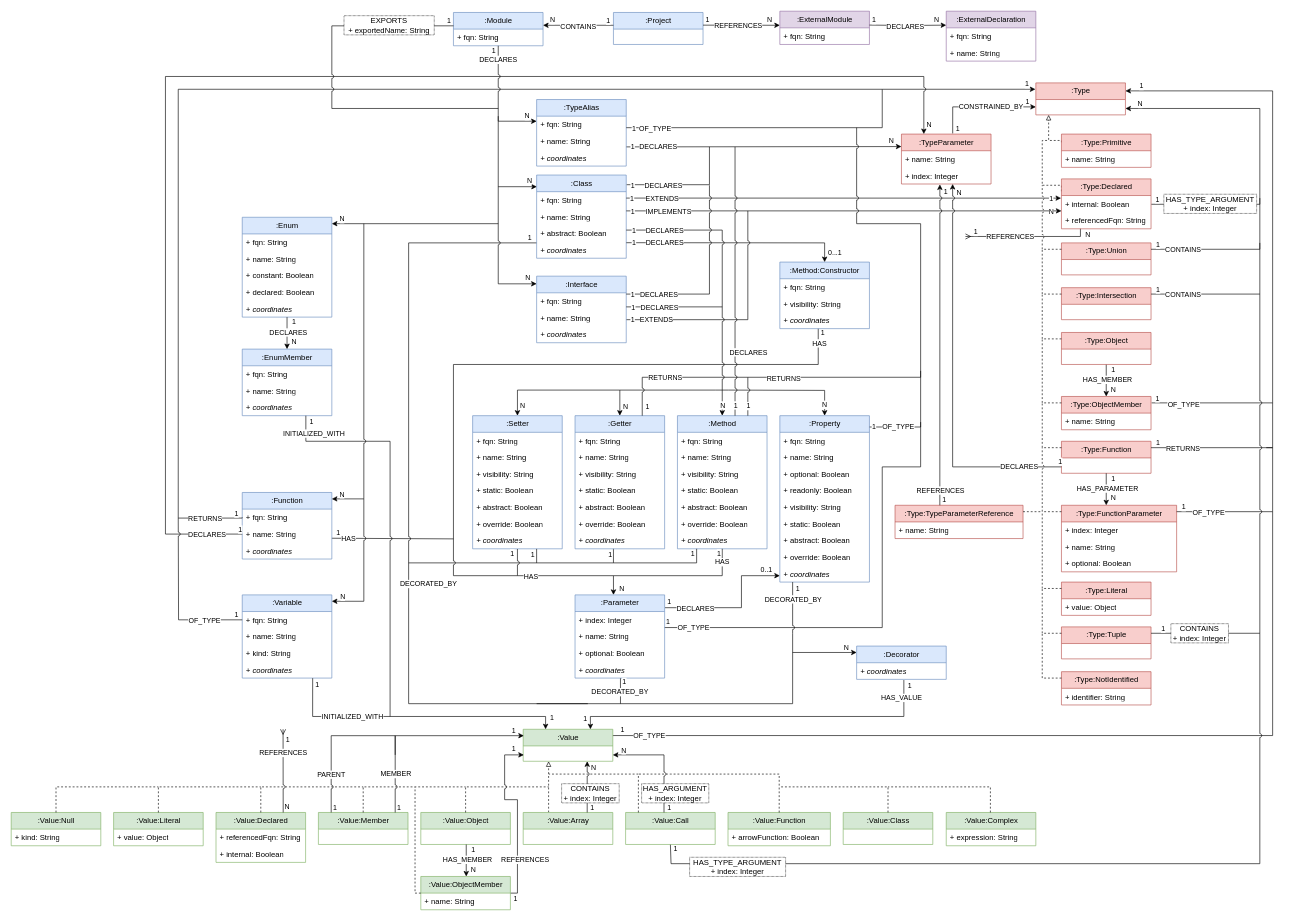
Above: docs/jqa-ts-plugin-model.drawio in jqassistant-plugin/jqassistant-typescript-plugin (draw.io), before the change. Source tidied: cells renumbered, new cells numbered last; positions are measured from the earlier drawing's top-left corner, leaving out a move shared by most shapes. Both pictures are drawn from the tidied source at 64%, with x=0, y=0 at pixel (11, 11).
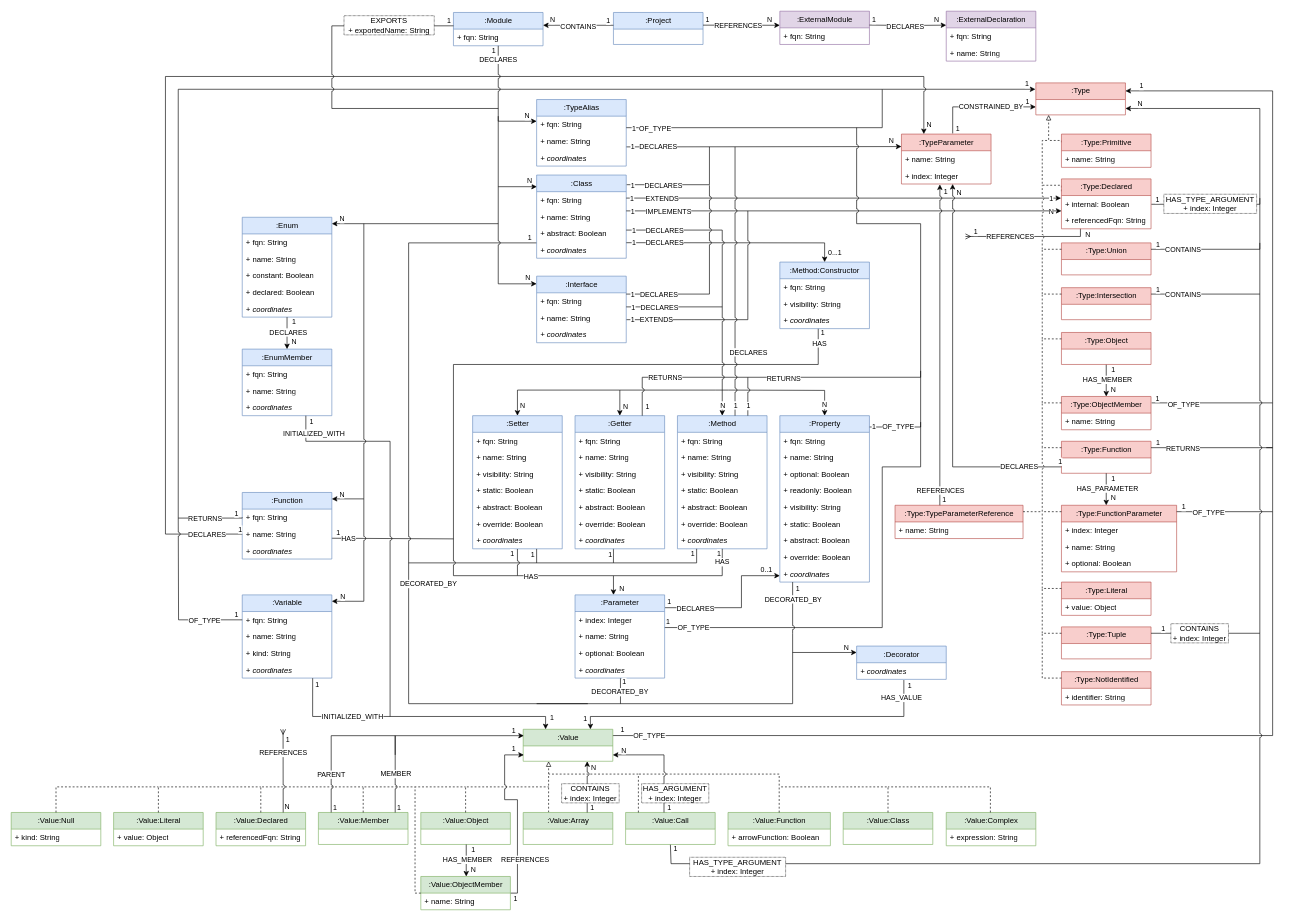
Above is the later version.

Commit message (it also covers changes not shown here):
Removed ValueDeclared internal property

What changed in the source:
```diff
@@
     <mxCell id="188" value=":Value:Declared" style="swimlane;fontStyle=0;horizontal=1;startSize=26;fillColor=#d5e8d4;html=1;strokeColor=#82b366;" parent="1" vertex="1">
-      <mxGeometry x="320" y="1252" width="140" height="78" as="geometry" />
+      <mxGeometry x="320" y="1252" width="140" height="52" as="geometry" />
     </mxCell>
@@
-    <mxCell id="190" value="+ internal: Boolean" style="text;strokeColor=none;fillColor=none;align=left;verticalAlign=top;spacingLeft=4;spacingRight=4;overflow=hidden;whiteSpace=wrap;html=1;" parent="188" vertex="1">
-      <mxGeometry y="52" width="140" height="26" as="geometry" />
-    </mxCell>
```
